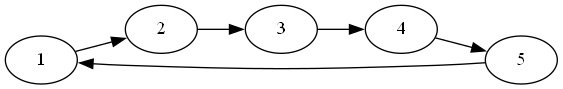
The Graphviz diagram EDD_F2/cl.png in Samashoas/EDD_PROYECTO_202109705, before a commit. Its source is kept beside it as EDD_F2/cl.dot.
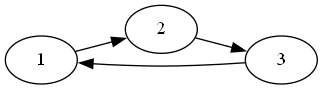
After the change.

Change to the diagram source:
```diff
@@ -2,7 +2,5 @@
     rankdir=LR;
     1 -> 2;
     2 -> 3;
-    3 -> 4;
-    4 -> 5;
-    5 -> 1;
+    3 -> 1;
 }
```
